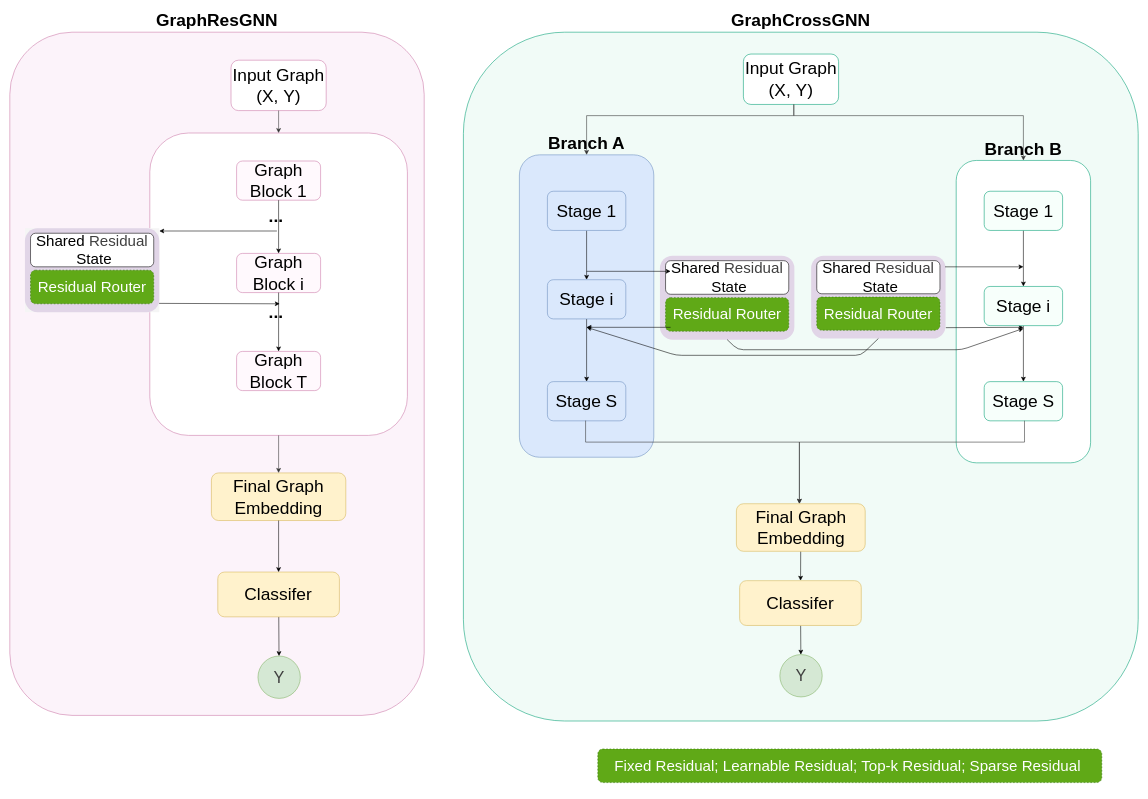
Earlier version of the draw.io diagram paper/figures/cr_gnn_graph_architecture.drawio (XuelinHu/cross_residual_gnn). Source tidied: cells renumbered, new cells numbered last; positions are measured from the earlier drawing's top-left corner, leaving out a move shared by most shapes. Both pictures are drawn from the tidied source at 56%, with x=0, y=0 at pixel (10, 32).
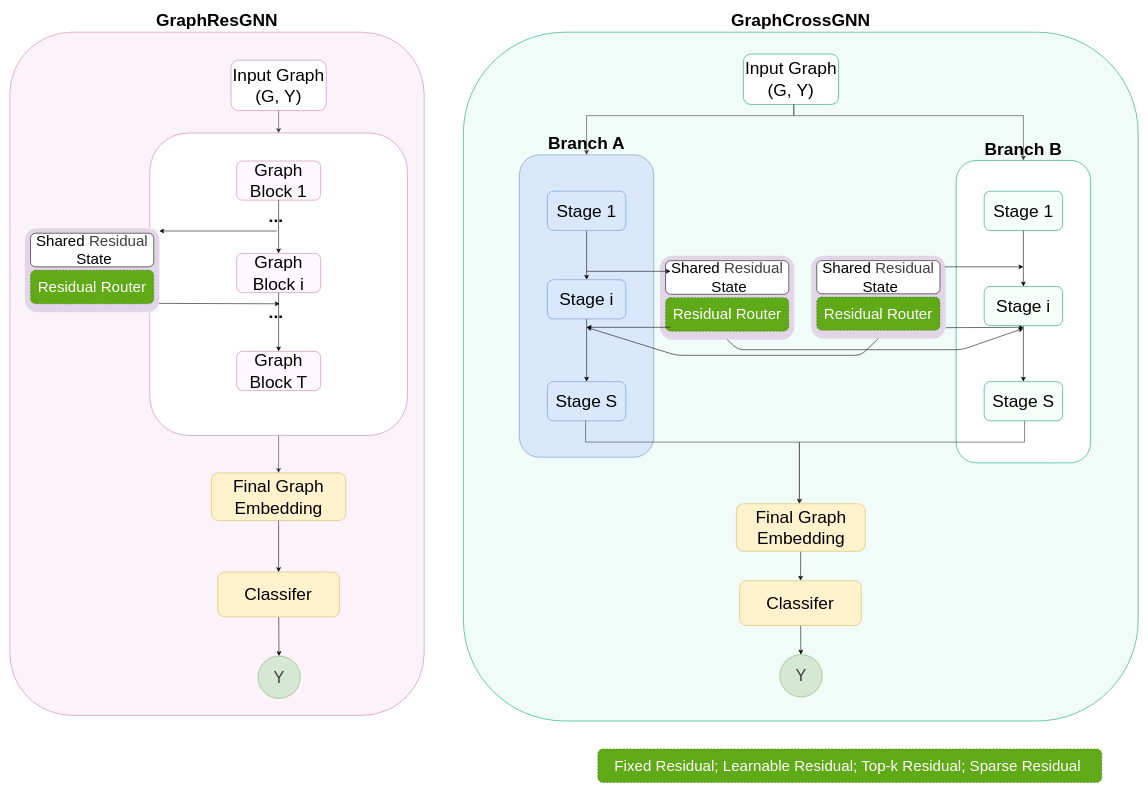
Above is the later version.

The change refers to these unchanged cells:
```xml
<mxCell id="38" style="group;" parent="36" vertex="1">
  <mxGeometry x="250" y="50" width="460" height="1045.6" as="geometry" />
</mxCell>
```

Change to the diagram source:
```diff
@@
-    <mxCell id="3" value="Input Graph&lt;br&gt;(X,&amp;nbsp;&lt;span style=&quot;color: rgb(0, 0, 0);&quot;&gt;Y&lt;/span&gt;)" style="rounded=1;whiteSpace=wrap;html=1;fillColor=#FFFFFF;strokeColor=#009E73;fontSize=31;" parent="1" vertex="1">
+    <mxCell id="3" value="Input Graph&lt;br&gt;(G,&amp;nbsp;&lt;span style=&quot;color: rgb(0, 0, 0);&quot;&gt;Y&lt;/span&gt;)" style="rounded=1;whiteSpace=wrap;html=1;fillColor=#FFFFFF;strokeColor=#009E73;fontSize=31;" parent="1" vertex="1">
       <mxGeometry x="1310" y="39" width="170" height="90" as="geometry" />
     </mxCell>
@@
-    <mxCell id="39" value="Input Graph&lt;br&gt;(X,&amp;nbsp;&lt;span style=&quot;color: rgb(0, 0, 0);&quot;&gt;Y&lt;/span&gt;)" style="rounded=1;whiteSpace=wrap;html=1;fillColor=#FFFFFF;strokeColor=#CC79A7;fontSize=31;" parent="38" vertex="1">
+    <mxCell id="39" value="Input Graph&lt;br&gt;(G,&amp;nbsp;&lt;span style=&quot;color: rgb(0, 0, 0);&quot;&gt;Y&lt;/span&gt;)" style="rounded=1;whiteSpace=wrap;html=1;fillColor=#FFFFFF;strokeColor=#CC79A7;fontSize=31;" parent="38" vertex="1">
       <mxGeometry x="145" width="170" height="90" as="geometry" />
     </mxCell>
```
